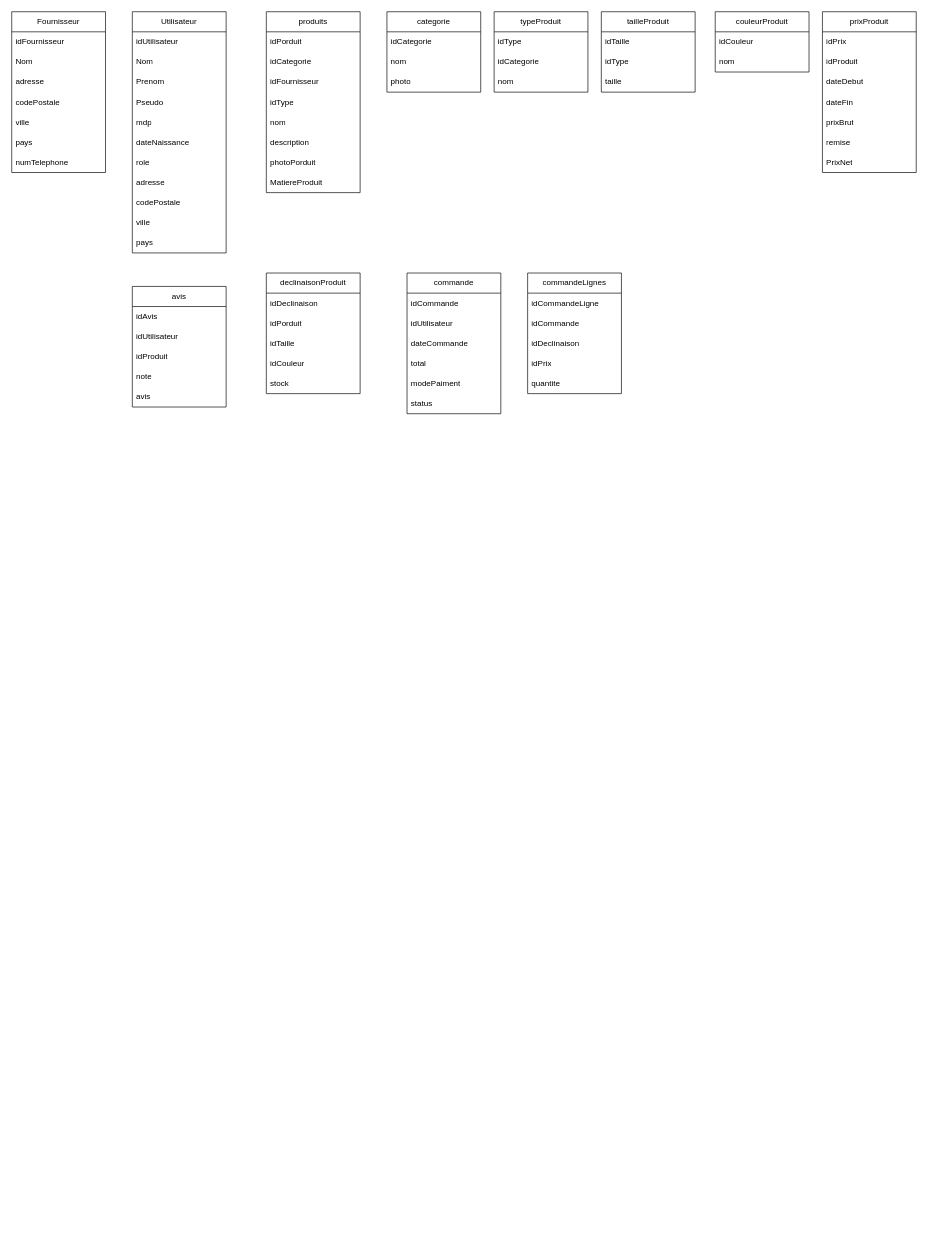
Before: BDD/MCD_MLD.drawio in Lucashblt/Projet_WEB, a draw.io diagram. Source tidied: cells renumbered, new cells numbered last; positions are measured from the earlier drawing's top-left corner, leaving out a move shared by most shapes. Both pictures are drawn from the tidied source at 67%, with x=0, y=0 at pixel (11, 11).
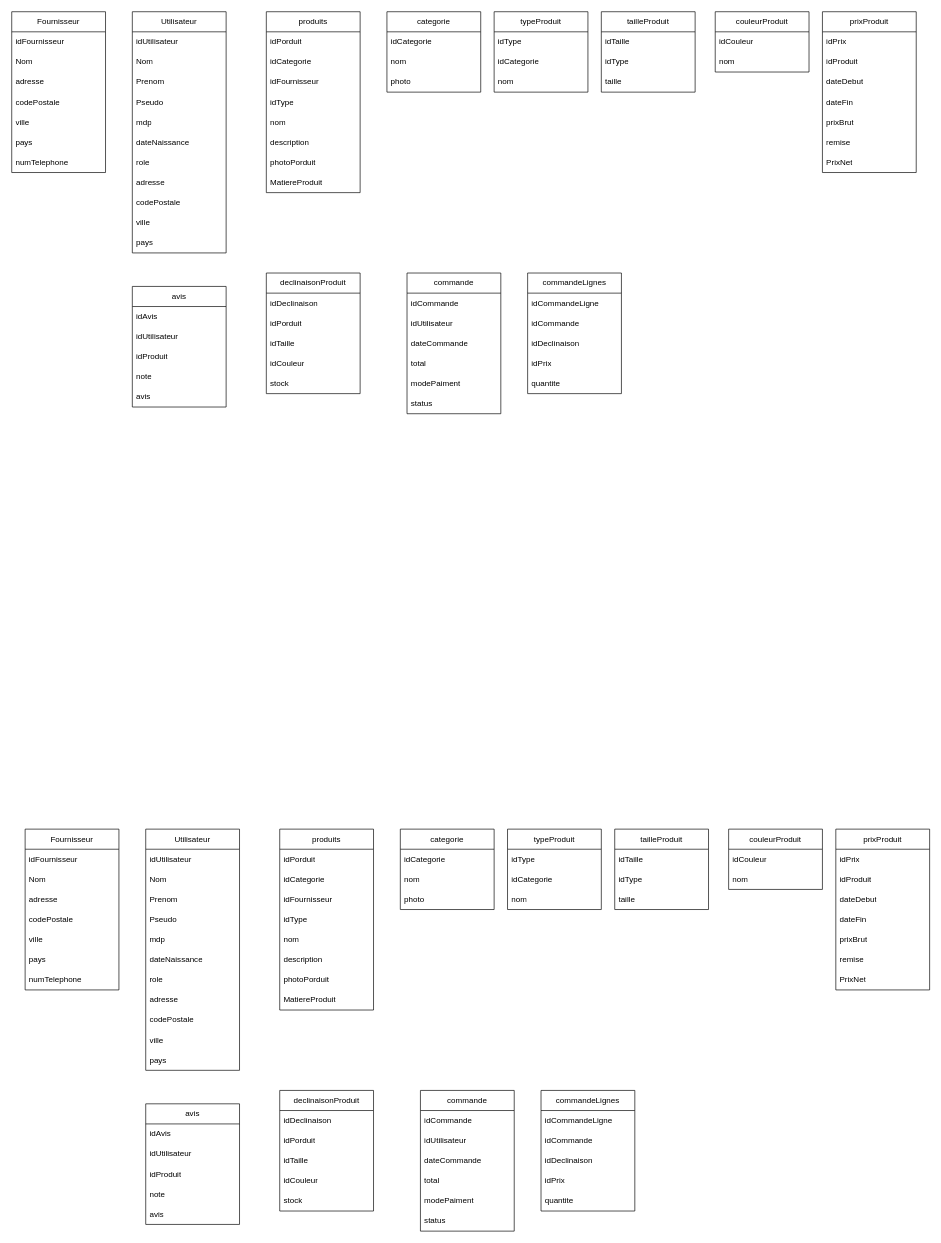
Above is the later version.

Commit message (it also covers changes not shown here):
Mettre à jour MCD_MLD.drawio

What changed in the source:
```diff
@@
+    <mxCell id="79" value="Utilisateur" style="swimlane;fontStyle=0;horizontal=1;startSize=30;whiteSpace=wrap;html=1;" parent="1" vertex="1">
+      <mxGeometry x="200" y="1220" width="140" height="360" as="geometry" />
+    </mxCell>
+    <mxCell id="80" value="idUtilisateur" style="text;strokeColor=none;fillColor=none;align=left;verticalAlign=middle;spacingLeft=4;spacingRight=4;overflow=hidden;whiteSpace=wrap;html=1;" parent="79" vertex="1">
+      <mxGeometry y="30" width="140" height="30" as="geometry" />
+    </mxCell>
+    <mxCell id="81" value="Nom" style="text;strokeColor=none;fillColor=none;align=left;verticalAlign=middle;spacingLeft=4;spacingRight=4;overflow=hidden;whiteSpace=wrap;html=1;" parent="79" vertex="1">
+      <mxGeometry y="60" width="140" height="30" as="geometry" />
+    </mxCell>
+    <mxCell id="82" value="Prenom" style="text;strokeColor=none;fillColor=none;align=left;verticalAlign=middle;spacingLeft=4;spacingRight=4;overflow=hidden;whiteSpace=wrap;html=1;" parent="79" vertex="1">
+      <mxGeometry y="90" width="140" height="30" as="geometry" />
+    </mxCell>
+    <mxCell id="83" value="Pseudo" style="text;strokeColor=none;fillColor=none;align=left;verticalAlign=middle;spacingLeft=4;spacingRight=4;overflow=hidden;whiteSpace=wrap;html=1;" parent="79" vertex="1">
+      <mxGeometry y="120" width="140" height="30" as="geometry" />
+    </mxCell>
+    <mxCell id="84" value="mdp" style="text;strokeColor=none;fillColor=none;align=left;verticalAlign=middle;spacingLeft=4;spacingRight=4;overflow=hidden;whiteSpace=wrap;html=1;" parent="79" vertex="1">
+      <mxGeometry y="150" width="140" height="30" as="geometry" />
+    </mxCell>
+    <mxCell id="85" value="dateNaissance" style="text;strokeColor=none;fillColor=none;align=left;verticalAlign=middle;spacingLeft=4;spacingRight=4;overflow=hidden;whiteSpace=wrap;html=1;" parent="79" vertex="1">
+      <mxGeometry y="180" width="140" height="30" as="geometry" />
+    </mxCell>
+    <mxCell id="86" value="role" style="text;strokeColor=none;fillColor=none;align=left;verticalAlign=middle;spacingLeft=4;spacingRight=4;overflow=hidden;whiteSpace=wrap;html=1;" parent="79" vertex="1">
+      <mxGeometry y="210" width="140" height="30" as="geometry" />
+    </mxCell>
+    <mxCell id="87" value="adresse" style="text;strokeColor=none;fillColor=none;align=left;verticalAlign=middle;spacingLeft=4;spacingRight=4;overflow=hidden;whiteSpace=wrap;html=1;" parent="79" vertex="1">
+      <mxGeometry y="240" width="140" height="30" as="geometry" />
+    </mxCell>
+    <mxCell id="88" value="codePostale" style="text;strokeColor=none;fillColor=none;align=left;verticalAlign=middle;spacingLeft=4;spacingRight=4;overflow=hidden;whiteSpace=wrap;html=1;" parent="79" vertex="1">
+      <mxGeometry y="270" width="140" height="30" as="geometry" />
+    </mxCell>
+    <mxCell id="89" value="ville" style="text;strokeColor=none;fillColor=none;align=left;verticalAlign=middle;spacingLeft=4;spacingRight=4;overflow=hidden;whiteSpace=wrap;html=1;" parent="79" vertex="1">
+      <mxGeometry y="300" width="140" height="30" as="geometry" />
+    </mxCell>
+    <mxCell id="90" value="pays" style="text;strokeColor=none;fillColor=none;align=left;verticalAlign=middle;spacingLeft=4;spacingRight=4;overflow=hidden;whiteSpace=wrap;html=1;" parent="79" vertex="1">
+      <mxGeometry y="330" width="140" height="30" as="geometry" />
+    </mxCell>
+    <mxCell id="91" value="produits" style="swimlane;fontStyle=0;horizontal=1;startSize=30;whiteSpace=wrap;html=1;" parent="1" vertex="1">
+      <mxGeometry x="400" y="1220" width="140" height="270" as="geometry" />
+    </mxCell>
+    <mxCell id="92" value="idPorduit" style="text;strokeColor=none;fillColor=none;align=left;verticalAlign=middle;spacingLeft=4;spacingRight=4;overflow=hidden;whiteSpace=wrap;html=1;" parent="91" vertex="1">
+      <mxGeometry y="30" width="140" height="30" as="geometry" />
+    </mxCell>
+    <mxCell id="93" value="idCategorie" style="text;strokeColor=none;fillColor=none;align=left;verticalAlign=middle;spacingLeft=4;spacingRight=4;overflow=hidden;whiteSpace=wrap;html=1;" parent="91" vertex="1">
+      <mxGeometry y="60" width="140" height="30" as="geometry" />
+    </mxCell>
+    <mxCell id="94" value="idFournisseur" style="text;strokeColor=none;fillColor=none;align=left;verticalAlign=middle;spacingLeft=4;spacingRight=4;overflow=hidden;whiteSpace=wrap;html=1;" parent="91" vertex="1">
+      <mxGeometry y="90" width="140" height="30" as="geometry" />
+    </mxCell>
+    <mxCell id="95" value="idType" style="text;strokeColor=none;fillColor=none;align=left;verticalAlign=middle;spacingLeft=4;spacingRight=4;overflow=hidden;whiteSpace=wrap;html=1;" parent="91" vertex="1">
+      <mxGeometry y="120" width="140" height="30" as="geometry" />
+    </mxCell>
+    <mxCell id="96" value="nom" style="text;strokeColor=none;fillColor=none;align=left;verticalAlign=middle;spacingLeft=4;spacingRight=4;overflow=hidden;whiteSpace=wrap;html=1;" parent="91" vertex="1">
+      <mxGeometry y="150" width="140" height="30" as="geometry" />
+    </mxCell>
+    <mxCell id="97" value="description" style="text;strokeColor=none;fillColor=none;align=left;verticalAlign=middle;spacingLeft=4;spacingRight=4;overflow=hidden;whiteSpace=wrap;html=1;" parent="91" vertex="1">
+      <mxGeometry y="180" width="140" height="30" as="geometry" />
+    </mxCell>
+    <mxCell id="98" value="photoPorduit" style="text;strokeColor=none;fillColor=none;align=left;verticalAlign=middle;spacingLeft=4;spacingRight=4;overflow=hidden;whiteSpace=wrap;html=1;" parent="91" vertex="1">
+      <mxGeometry y="210" width="140" height="30" as="geometry" />
+    </mxCell>
+    <mxCell id="99" value="MatiereProduit" style="text;strokeColor=none;fillColor=none;align=left;verticalAlign=middle;spacingLeft=4;spacingRight=4;overflow=hidden;whiteSpace=wrap;html=1;" parent="91" vertex="1">
+      <mxGeometry y="240" width="140" height="30" as="geometry" />
+    </mxCell>
+    <mxCell id="100" value="categorie" style="swimlane;fontStyle=0;horizontal=1;startSize=30;whiteSpace=wrap;html=1;" parent="1" vertex="1">
+      <mxGeometry x="580" y="1220" width="140" height="120" as="geometry" />
+    </mxCell>
+    <mxCell id="101" value="idCategorie" style="text;strokeColor=none;fillColor=none;align=left;verticalAlign=middle;spacingLeft=4;spacingRight=4;overflow=hidden;whiteSpace=wrap;html=1;" parent="100" vertex="1">
+      <mxGeometry y="30" width="140" height="30" as="geometry" />
+    </mxCell>
+    <mxCell id="102" value="nom" style="text;strokeColor=none;fillColor=none;align=left;verticalAlign=middle;spacingLeft=4;spacingRight=4;overflow=hidden;whiteSpace=wrap;html=1;" parent="100" vertex="1">
+      <mxGeometry y="60" width="140" height="30" as="geometry" />
+    </mxCell>
+    <mxCell id="103" value="photo" style="text;strokeColor=none;fillColor=none;align=left;verticalAlign=middle;spacingLeft=4;spacingRight=4;overflow=hidden;whiteSpace=wrap;html=1;" parent="100" vertex="1">
+      <mxGeometry y="90" width="140" height="30" as="geometry" />
+    </mxCell>
+    <mxCell id="104" value="typeProduit" style="swimlane;fontStyle=0;horizontal=1;startSize=30;whiteSpace=wrap;html=1;" parent="1" vertex="1">
+      <mxGeometry x="740" y="1220" width="140" height="120" as="geometry" />
+    </mxCell>
+    <mxCell id="105" value="idType" style="text;strokeColor=none;fillColor=none;align=left;verticalAlign=middle;spacingLeft=4;spacingRight=4;overflow=hidden;whiteSpace=wrap;html=1;" parent="104" vertex="1">
+      <mxGeometry y="30" width="140" height="30" as="geometry" />
+    </mxCell>
+    <mxCell id="106" value="idCategorie" style="text;strokeColor=none;fillColor=none;align=left;verticalAlign=middle;spacingLeft=4;spacingRight=4;overflow=hidden;whiteSpace=wrap;html=1;" parent="104" vertex="1">
+      <mxGeometry y="60" width="140" height="30" as="geometry" />
+    </mxCell>
+    <mxCell id="107" value="nom" style="text;strokeColor=none;fillColor=none;align=left;verticalAlign=middle;spacingLeft=4;spacingRight=4;overflow=hidden;whiteSpace=wrap;html=1;" parent="104" vertex="1">
+      <mxGeometry y="90" width="140" height="30" as="geometry" />
+    </mxCell>
+    <mxCell id="108" value="tailleProduit" style="swimlane;fontStyle=0;horizontal=1;startSize=30;whiteSpace=wrap;html=1;" parent="1" vertex="1">
+      <mxGeometry x="900" y="1220" width="140" height="120" as="geometry" />
+    </mxCell>
+    <mxCell id="109" value="idTaille" style="text;strokeColor=none;fillColor=none;align=left;verticalAlign=middle;spacingLeft=4;spacingRight=4;overflow=hidden;whiteSpace=wrap;html=1;" parent="108" vertex="1">
+      <mxGeometry y="30" width="140" height="30" as="geometry" />
+    </mxCell>
+    <mxCell id="110" value="idType" style="text;strokeColor=none;fillColor=none;align=left;verticalAlign=middle;spacingLeft=4;spacingRight=4;overflow=hidden;whiteSpace=wrap;html=1;" parent="108" vertex="1">
+      <mxGeometry y="60" width="140" height="30" as="geometry" />
+    </mxCell>
+    <mxCell id="111" value="taille" style="text;strokeColor=none;fillColor=none;align=left;verticalAlign=middle;spacingLeft=4;spacingRight=4;overflow=hidden;whiteSpace=wrap;html=1;" parent="108" vertex="1">
+      <mxGeometry y="90" width="140" height="30" as="geometry" />
+    </mxCell>
+    <mxCell id="112" value="couleurProduit" style="swimlane;fontStyle=0;horizontal=1;startSize=30;whiteSpace=wrap;html=1;" parent="1" vertex="1">
+      <mxGeometry x="1070" y="1220" width="140" height="90" as="geometry" />
+    </mxCell>
+    <mxCell id="113" value="idCouleur" style="text;strokeColor=none;fillColor=none;align=left;verticalAlign=middle;spacingLeft=4;spacingRight=4;overflow=hidden;whiteSpace=wrap;html=1;" parent="112" vertex="1">
+      <mxGeometry y="30" width="140" height="30" as="geometry" />
+    </mxCell>
+    <mxCell id="114" value="nom" style="text;strokeColor=none;fillColor=none;align=left;verticalAlign=middle;spacingLeft=4;spacingRight=4;overflow=hidden;whiteSpace=wrap;html=1;" parent="112" vertex="1">
+      <mxGeometry y="60" width="140" height="30" as="geometry" />
+    </mxCell>
+    <mxCell id="115" value="prixProduit" style="swimlane;fontStyle=0;horizontal=1;startSize=30;whiteSpace=wrap;html=1;" parent="1" vertex="1">
+      <mxGeometry x="1230" y="1220" width="140" height="240" as="geometry" />
+    </mxCell>
+    <mxCell id="116" value="idPrix" style="text;strokeColor=none;fillColor=none;align=left;verticalAlign=middle;spacingLeft=4;spacingRight=4;overflow=hidden;whiteSpace=wrap;html=1;" parent="115" vertex="1">
+      <mxGeometry y="30" width="140" height="30" as="geometry" />
+    </mxCell>
+    <mxCell id="117" value="idProduit" style="text;strokeColor=none;fillColor=none;align=left;verticalAlign=middle;spacingLeft=4;spacingRight=4;overflow=hidden;whiteSpace=wrap;html=1;" parent="115" vertex="1">
+      <mxGeometry y="60" width="140" height="30" as="geometry" />
+    </mxCell>
+    <mxCell id="118" value="dateDebut" style="text;strokeColor=none;fillColor=none;align=left;verticalAlign=middle;spacingLeft=4;spacingRight=4;overflow=hidden;whiteSpace=wrap;html=1;" parent="115" vertex="1">
+      <mxGeometry y="90" width="140" height="30" as="geometry" />
+    </mxCell>
+    <mxCell id="119" value="dateFin" style="text;strokeColor=none;fillColor=none;align=left;verticalAlign=middle;spacingLeft=4;spacingRight=4;overflow=hidden;whiteSpace=wrap;html=1;" parent="115" vertex="1">
+      <mxGeometry y="120" width="140" height="30" as="geometry" />
+    </mxCell>
+    <mxCell id="120" value="prixBrut" style="text;strokeColor=none;fillColor=none;align=left;verticalAlign=middle;spacingLeft=4;spacingRight=4;overflow=hidden;whiteSpace=wrap;html=1;" parent="115" vertex="1">
+      <mxGeometry y="150" width="140" height="30" as="geometry" />
+    </mxCell>
+    <mxCell id="121" value="remise" style="text;strokeColor=none;fillColor=none;align=left;verticalAlign=middle;spacingLeft=4;spacingRight=4;overflow=hidden;whiteSpace=wrap;html=1;" parent="115" vertex="1">
+      <mxGeometry y="180" width="140" height="30" as="geometry" />
+    </mxCell>
+    <mxCell id="122" value="PrixNet" style="text;strokeColor=none;fillColor=none;align=left;verticalAlign=middle;spacingLeft=4;spacingRight=4;overflow=hidden;whiteSpace=wrap;html=1;" parent="115" vertex="1">
+      <mxGeometry y="210" width="140" height="30" as="geometry" />
+    </mxCell>
+    <mxCell id="123" value="declinaisonProduit" style="swimlane;fontStyle=0;horizontal=1;startSize=30;whiteSpace=wrap;html=1;" parent="1" vertex="1">
+      <mxGeometry x="400" y="1610" width="140" height="180" as="geometry" />
+    </mxCell>
+    <mxCell id="124" value="idDeclinaison" style="text;strokeColor=none;fillColor=none;align=left;verticalAlign=middle;spacingLeft=4;spacingRight=4;overflow=hidden;whiteSpace=wrap;html=1;" parent="123" vertex="1">
+      <mxGeometry y="30" width="140" height="30" as="geometry" />
+    </mxCell>
+    <mxCell id="125" value="idPorduit" style="text;strokeColor=none;fillColor=none;align=left;verticalAlign=middle;spacingLeft=4;spacingRight=4;overflow=hidden;whiteSpace=wrap;html=1;" parent="123" vertex="1">
+      <mxGeometry y="60" width="140" height="30" as="geometry" />
+    </mxCell>
+    <mxCell id="126" value="idTaille" style="text;strokeColor=none;fillColor=none;align=left;verticalAlign=middle;spacingLeft=4;spacingRight=4;overflow=hidden;whiteSpace=wrap;html=1;" parent="123" vertex="1">
+      <mxGeometry y="90" width="140" height="30" as="geometry" />
+    </mxCell>
+    <mxCell id="127" value="idCouleur" style="text;strokeColor=none;fillColor=none;align=left;verticalAlign=middle;spacingLeft=4;spacingRight=4;overflow=hidden;whiteSpace=wrap;html=1;" parent="123" vertex="1">
+      <mxGeometry y="120" width="140" height="30" as="geometry" />
+    </mxCell>
+    <mxCell id="128" value="stock" style="text;strokeColor=none;fillColor=none;align=left;verticalAlign=middle;spacingLeft=4;spacingRight=4;overflow=hidden;whiteSpace=wrap;html=1;" parent="123" vertex="1">
+      <mxGeometry y="150" width="140" height="30" as="geometry" />
+    </mxCell>
+    <mxCell id="129" value="avis" style="swimlane;fontStyle=0;horizontal=1;startSize=30;whiteSpace=wrap;html=1;" parent="1" vertex="1">
+      <mxGeometry x="200" y="1630" width="140" height="180" as="geometry" />
+    </mxCell>
+    <mxCell id="130" value="idAvis" style="text;strokeColor=none;fillColor=none;align=left;verticalAlign=middle;spacingLeft=4;spacingRight=4;overflow=hidden;whiteSpace=wrap;html=1;" parent="129" vertex="1">
+      <mxGeometry y="30" width="140" height="30" as="geometry" />
+    </mxCell>
+    <mxCell id="131" value="idUtilisateur" style="text;strokeColor=none;fillColor=none;align=left;verticalAlign=middle;spacingLeft=4;spacingRight=4;overflow=hidden;whiteSpace=wrap;html=1;" parent="129" vertex="1">
+      <mxGeometry y="60" width="140" height="30" as="geometry" />
+    </mxCell>
+    <mxCell id="132" value="idProduit" style="text;strokeColor=none;fillColor=none;align=left;verticalAlign=middle;spacingLeft=4;spacingRight=4;overflow=hidden;whiteSpace=wrap;html=1;" parent="129" vertex="1">
+      <mxGeometry y="90" width="140" height="30" as="geometry" />
+    </mxCell>
+    <mxCell id="133" value="note" style="text;strokeColor=none;fillColor=none;align=left;verticalAlign=middle;spacingLeft=4;spacingRight=4;overflow=hidden;whiteSpace=wrap;html=1;" parent="129" vertex="1">
+      <mxGeometry y="120" width="140" height="30" as="geometry" />
+    </mxCell>
+    <mxCell id="134" value="avis" style="text;strokeColor=none;fillColor=none;align=left;verticalAlign=middle;spacingLeft=4;spacingRight=4;overflow=hidden;whiteSpace=wrap;html=1;" parent="129" vertex="1">
+      <mxGeometry y="150" width="140" height="30" as="geometry" />
+    </mxCell>
+    <mxCell id="135" value="commande" style="swimlane;fontStyle=0;horizontal=1;startSize=30;whiteSpace=wrap;html=1;" parent="1" vertex="1">
+      <mxGeometry x="610" y="1610" width="140" height="210" as="geometry" />
+    </mxCell>
+    <mxCell id="136" value="idCommande" style="text;strokeColor=none;fillColor=none;align=left;verticalAlign=middle;spacingLeft=4;spacingRight=4;overflow=hidden;whiteSpace=wrap;html=1;" parent="135" vertex="1">
+      <mxGeometry y="30" width="140" height="30" as="geometry" />
+    </mxCell>
+    <mxCell id="137" value="idUtilisateur" style="text;strokeColor=none;fillColor=none;align=left;verticalAlign=middle;spacingLeft=4;spacingRight=4;overflow=hidden;whiteSpace=wrap;html=1;" parent="135" vertex="1">
+      <mxGeometry y="60" width="140" height="30" as="geometry" />
+    </mxCell>
+    <mxCell id="138" value="dateCommande" style="text;strokeColor=none;fillColor=none;align=left;verticalAlign=middle;spacingLeft=4;spacingRight=4;overflow=hidden;whiteSpace=wrap;html=1;" parent="135" vertex="1">
+      <mxGeometry y="90" width="140" height="30" as="geometry" />
+    </mxCell>
+    <mxCell id="139" value="total" style="text;strokeColor=none;fillColor=none;align=left;verticalAlign=middle;spacingLeft=4;spacingRight=4;overflow=hidden;whiteSpace=wrap;html=1;" parent="135" vertex="1">
+      <mxGeometry y="120" width="140" height="30" as="geometry" />
+    </mxCell>
+    <mxCell id="140" value="modePaiment" style="text;strokeColor=none;fillColor=none;align=left;verticalAlign=middle;spacingLeft=4;spacingRight=4;overflow=hidden;whiteSpace=wrap;html=1;" parent="135" vertex="1">
+      <mxGeometry y="150" width="140" height="30" as="geometry" />
+    </mxCell>
+    <mxCell id="141" value="status" style="text;strokeColor=none;fillColor=none;align=left;verticalAlign=middle;spacingLeft=4;spacingRight=4;overflow=hidden;whiteSpace=wrap;html=1;" parent="135" vertex="1">
+      <mxGeometry y="180" width="140" height="30" as="geometry" />
+    </mxCell>
+    <mxCell id="142" value="commandeLignes" style="swimlane;fontStyle=0;horizontal=1;startSize=30;whiteSpace=wrap;html=1;" parent="1" vertex="1">
+      <mxGeometry x="790" y="1610" width="140" height="180" as="geometry" />
+    </mxCell>
+    <mxCell id="143" value="idCommandeLigne" style="text;strokeColor=none;fillColor=none;align=left;verticalAlign=middle;spacingLeft=4;spacingRight=4;overflow=hidden;whiteSpace=wrap;html=1;" parent="142" vertex="1">
+      <mxGeometry y="30" width="140" height="30" as="geometry" />
+    </mxCell>
+    <mxCell id="144" value="idCommande" style="text;strokeColor=none;fillColor=none;align=left;verticalAlign=middle;spacingLeft=4;spacingRight=4;overflow=hidden;whiteSpace=wrap;html=1;" parent="142" vertex="1">
+      <mxGeometry y="60" width="140" height="30" as="geometry" />
+    </mxCell>
+    <mxCell id="145" value="idDeclinaison" style="text;strokeColor=none;fillColor=none;align=left;verticalAlign=middle;spacingLeft=4;spacingRight=4;overflow=hidden;whiteSpace=wrap;html=1;" parent="142" vertex="1">
+      <mxGeometry y="90" width="140" height="30" as="geometry" />
+    </mxCell>
+    <mxCell id="146" value="idPrix" style="text;strokeColor=none;fillColor=none;align=left;verticalAlign=middle;spacingLeft=4;spacingRight=4;overflow=hidden;whiteSpace=wrap;html=1;" parent="142" vertex="1">
+      <mxGeometry y="120" width="140" height="30" as="geometry" />
+    </mxCell>
+    <mxCell id="147" value="quantite" style="text;strokeColor=none;fillColor=none;align=left;verticalAlign=middle;spacingLeft=4;spacingRight=4;overflow=hidden;whiteSpace=wrap;html=1;" parent="142" vertex="1">
+      <mxGeometry y="150" width="140" height="30" as="geometry" />
+    </mxCell>
+    <mxCell id="148" value="Fournisseur" style="swimlane;fontStyle=0;horizontal=1;startSize=30;whiteSpace=wrap;html=1;" parent="1" vertex="1">
+      <mxGeometry x="20" y="1220" width="140" height="240" as="geometry" />
+    </mxCell>
+    <mxCell id="149" value="idFournisseur" style="text;strokeColor=none;fillColor=none;align=left;verticalAlign=middle;spacingLeft=4;spacingRight=4;overflow=hidden;whiteSpace=wrap;html=1;" parent="148" vertex="1">
+      <mxGeometry y="30" width="140" height="30" as="geometry" />
+    </mxCell>
+    <mxCell id="150" value="Nom" style="text;strokeColor=none;fillColor=none;align=left;verticalAlign=middle;spacingLeft=4;spacingRight=4;overflow=hidden;whiteSpace=wrap;html=1;" parent="148" vertex="1">
+      <mxGeometry y="60" width="140" height="30" as="geometry" />
+    </mxCell>
+    <mxCell id="151" value="adresse" style="text;strokeColor=none;fillColor=none;align=left;verticalAlign=middle;spacingLeft=4;spacingRight=4;overflow=hidden;whiteSpace=wrap;html=1;" parent="148" vertex="1">
+      <mxGeometry y="90" width="140" height="30" as="geometry" />
+    </mxCell>
+    <mxCell id="152" value="codePostale" style="text;strokeColor=none;fillColor=none;align=left;verticalAlign=middle;spacingLeft=4;spacingRight=4;overflow=hidden;whiteSpace=wrap;html=1;" parent="148" vertex="1">
+      <mxGeometry y="120" width="140" height="30" as="geometry" />
+    </mxCell>
+    <mxCell id="153" value="ville" style="text;strokeColor=none;fillColor=none;align=left;verticalAlign=middle;spacingLeft=4;spacingRight=4;overflow=hidden;whiteSpace=wrap;html=1;" parent="148" vertex="1">
+      <mxGeometry y="150" width="140" height="30" as="geometry" />
+    </mxCell>
+    <mxCell id="154" value="pays" style="text;strokeColor=none;fillColor=none;align=left;verticalAlign=middle;spacingLeft=4;spacingRight=4;overflow=hidden;whiteSpace=wrap;html=1;" parent="148" vertex="1">
+      <mxGeometry y="180" width="140" height="30" as="geometry" />
+    </mxCell>
+    <mxCell id="155" value="numTelephone" style="text;strokeColor=none;fillColor=none;align=left;verticalAlign=middle;spacingLeft=4;spacingRight=4;overflow=hidden;whiteSpace=wrap;html=1;" parent="148" vertex="1">
+      <mxGeometry y="210" width="140" height="30" as="geometry" />
+    </mxCell>
```
